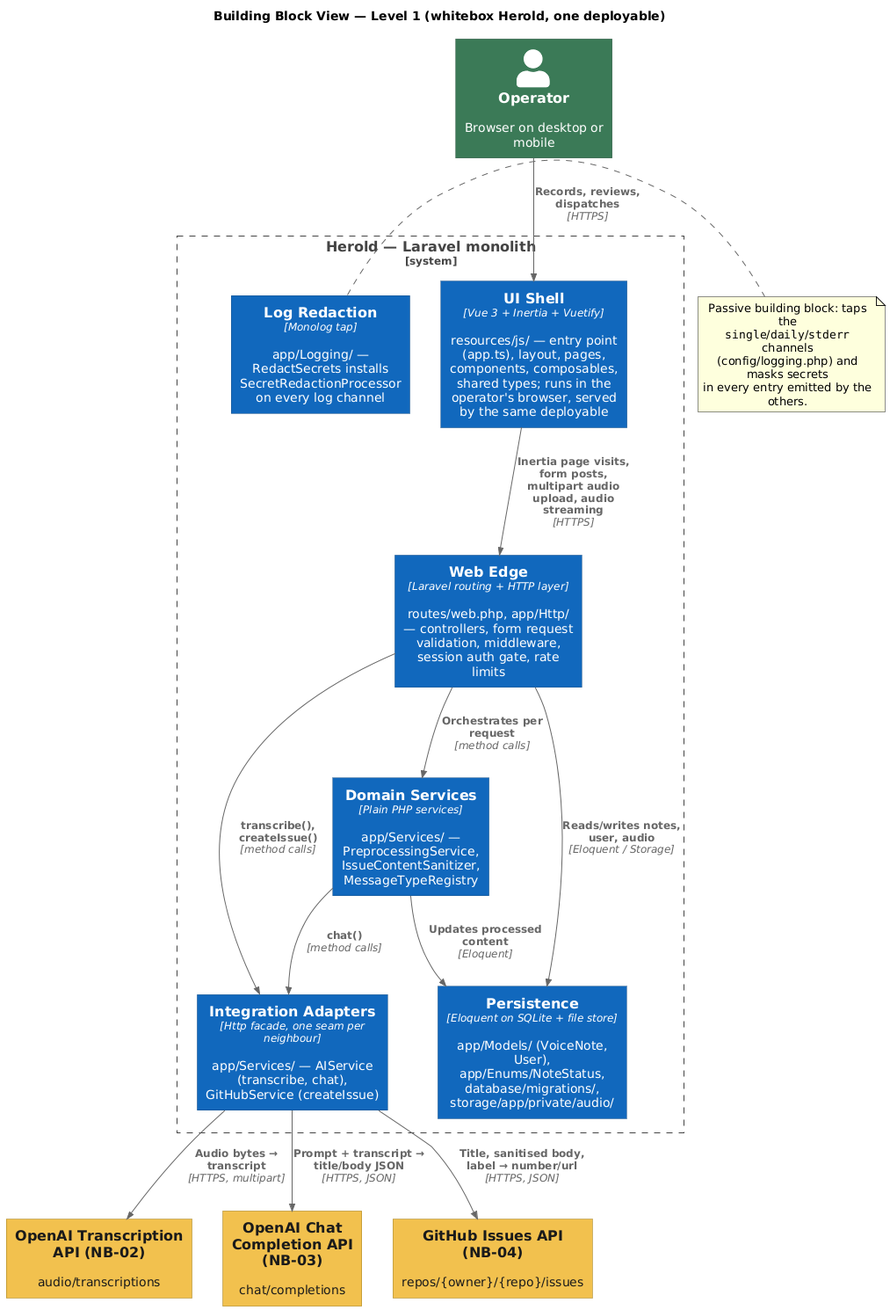
This is docs/arch/diagrams-png/a05-building-blocks.png from carstenlucke/herold, a PlantUML export, as it was before one commit.
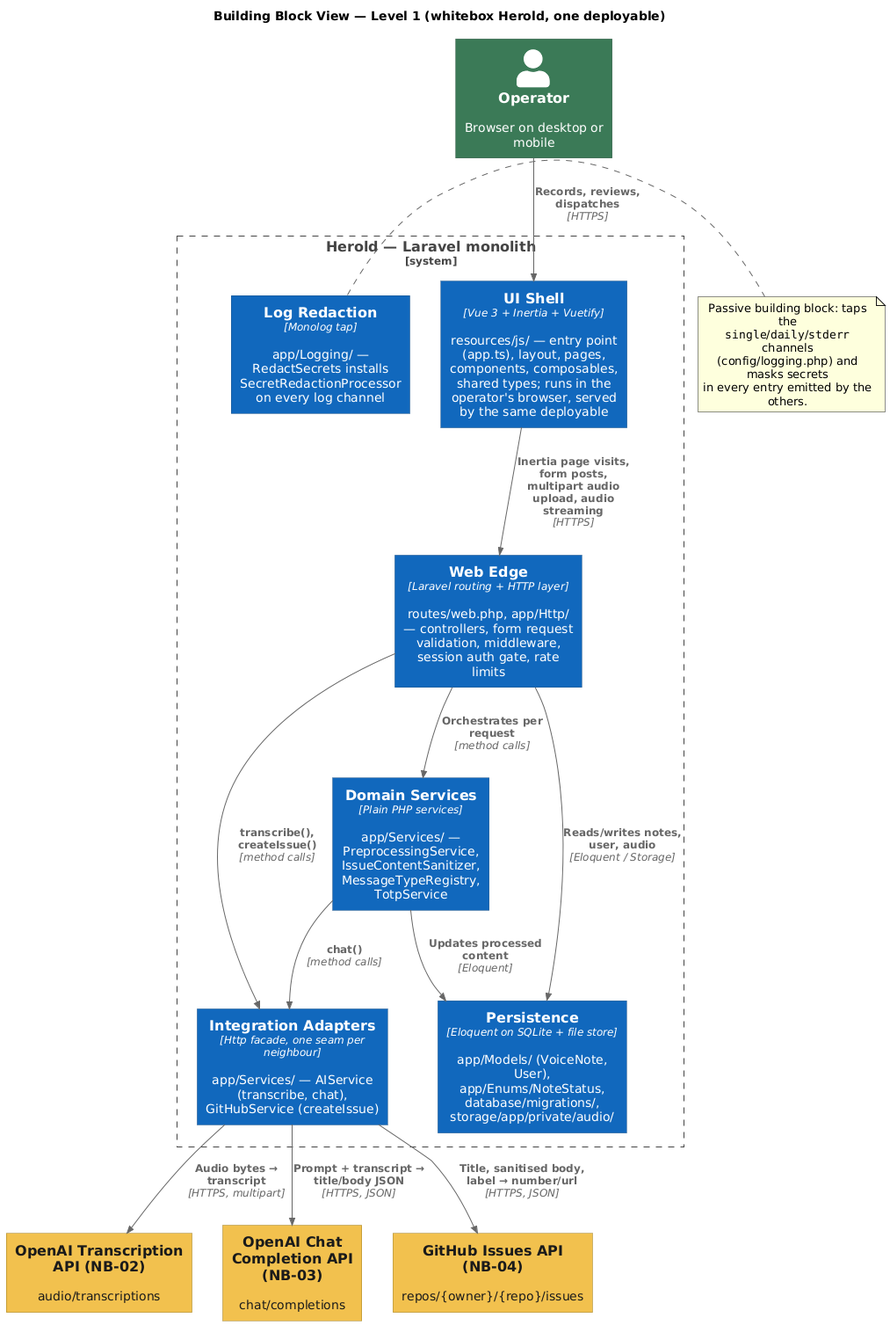
After the commit.

The edit, as a diff of the source:
```diff
@@ -14,7 +14,7 @@
 System_Boundary(herold, "Herold — Laravel monolith") {
   Component(ui, "UI Shell", "Vue 3 + Inertia + Vuetify", "resources/js/ — entry point (app.ts), layout, pages, components, composables, shared types; runs in the operator's browser, served by the same deployable")
   Component(edge, "Web Edge", "Laravel routing + HTTP layer", "routes/web.php, app/Http/ — controllers, form request validation, middleware, session auth gate, rate limits")
-  Component(domain, "Domain Services", "Plain PHP services", "app/Services/ — PreprocessingService, IssueContentSanitizer, MessageTypeRegistry")
+  Component(domain, "Domain Services", "Plain PHP services", "app/Services/ — PreprocessingService, IssueContentSanitizer, MessageTypeRegistry, TotpService")
   Component(adapters, "Integration Adapters", "Http facade, one seam per neighbour", "app/Services/ — AIService (transcribe, chat), GitHubService (createIssue)")
   Component(persistence, "Persistence", "Eloquent on SQLite + file store", "app/Models/ (VoiceNote, User), app/Enums/NoteStatus, database/migrations/, storage/app/private/audio/")
   Component(logging, "Log Redaction", "Monolog tap", "app/Logging/ — RedactSecrets installs SecretRedactionProcessor on every log channel")
```
